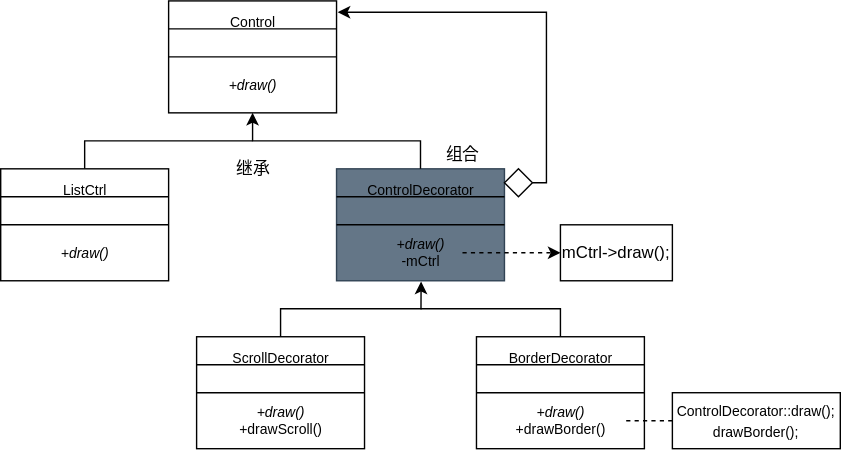
chenbei97/C--DesignMode keeps this draw.io diagram as 装饰模式(Decorator)/uml.svg. Above is the earlier version. Source tidied: cells renumbered, new cells last; positions are measured from the earlier drawing's top-left corner, leaving out a move shared by most shapes. Its diagram source:
```xml
<mxGraphModel>
  <root>
    <mxCell id="0" />
    <mxCell id="1" parent="0" />
    <mxCell id="2" style="group;" parent="1" vertex="1">
      <mxGeometry x="240" y="120" width="120" height="80" as="geometry" />
    </mxCell>
    <mxCell id="3" style="whiteSpace=wrap;html=1;fontSize=10;fillColor=#647687;fontColor=#ffffff;strokeColor=#314354;" parent="2" vertex="1">
      <mxGeometry width="120" height="80" as="geometry" />
    </mxCell>
    <mxCell id="4" style="edgeStyle=none;html=1;exitX=0;exitY=0.25;exitDx=0;exitDy=0;entryX=1;entryY=0.25;entryDx=0;entryDy=0;fontSize=10;endArrow=none;endFill=0;" parent="2" edge="1" source="3" target="3">
      <mxGeometry relative="1" as="geometry" />
    </mxCell>
    <mxCell id="5" value="ControlDecorator" style="text;html=1;align=center;verticalAlign=middle;points=[];strokeColor=none;fillColor=none;fontSize=10;" parent="2" vertex="1">
      <mxGeometry x="10" width="100" height="30" as="geometry" />
    </mxCell>
    <mxCell id="6" value="&lt;i&gt;+draw()&lt;/i&gt;&lt;br&gt;-mCtrl" style="text;html=1;align=center;verticalAlign=middle;points=[];strokeColor=none;fillColor=none;fontSize=10;" parent="2" vertex="1">
      <mxGeometry x="30" y="40" width="60" height="40" as="geometry" />
    </mxCell>
    <mxCell id="7" style="edgeStyle=none;html=1;exitX=0;exitY=0.25;exitDx=0;exitDy=0;entryX=1;entryY=0.25;entryDx=0;entryDy=0;fontSize=10;endArrow=none;endFill=0;" parent="2" edge="1">
      <mxGeometry relative="1" as="geometry">
        <mxPoint y="40" as="sourcePoint" />
        <mxPoint x="120" y="40" as="targetPoint" />
      </mxGeometry>
    </mxCell>
    <mxCell id="8" style="edgeStyle=orthogonalEdgeStyle;rounded=0;html=1;endArrow=none;endFill=0;" parent="1" edge="1" source="9">
      <mxGeometry relative="1" as="geometry">
        <mxPoint x="180" y="100" as="targetPoint" />
        <Array as="points">
          <mxPoint x="60" y="100" />
        </Array>
      </mxGeometry>
    </mxCell>
    <mxCell id="9" style="whiteSpace=wrap;html=1;fontSize=10;" parent="1" vertex="1">
      <mxGeometry y="120" width="120" height="80" as="geometry" />
    </mxCell>
    <mxCell id="10" style="edgeStyle=none;html=1;exitX=0;exitY=0.25;exitDx=0;exitDy=0;entryX=1;entryY=0.25;entryDx=0;entryDy=0;fontSize=10;endArrow=none;endFill=0;" parent="1" edge="1" source="9" target="9">
      <mxGeometry relative="1" as="geometry" />
    </mxCell>
    <mxCell id="11" value="ListCtrl" style="text;html=1;align=center;verticalAlign=middle;strokeColor=none;fillColor=none;fontSize=10;" parent="1" vertex="1">
      <mxGeometry x="35" y="120" width="50" height="30" as="geometry" />
    </mxCell>
    <mxCell id="12" value="&lt;i&gt;+draw()&lt;/i&gt;" style="text;html=1;align=center;verticalAlign=middle;strokeColor=none;fillColor=none;fontSize=10;" parent="1" vertex="1">
      <mxGeometry x="30" y="165" width="60" height="30" as="geometry" />
    </mxCell>
    <mxCell id="13" style="edgeStyle=none;html=1;exitX=0;exitY=0.25;exitDx=0;exitDy=0;entryX=1;entryY=0.25;entryDx=0;entryDy=0;fontSize=10;endArrow=none;endFill=0;" parent="1" edge="1">
      <mxGeometry relative="1" as="geometry">
        <mxPoint y="160" as="sourcePoint" />
        <mxPoint x="120" y="160" as="targetPoint" />
      </mxGeometry>
    </mxCell>
    <mxCell id="14" style="whiteSpace=wrap;html=1;fontSize=10;" parent="1" vertex="1">
      <mxGeometry x="120" width="120" height="80" as="geometry" />
    </mxCell>
    <mxCell id="15" style="edgeStyle=none;html=1;exitX=0;exitY=0.25;exitDx=0;exitDy=0;entryX=1;entryY=0.25;entryDx=0;entryDy=0;fontSize=10;endArrow=none;endFill=0;" parent="1" edge="1" source="14" target="14">
      <mxGeometry relative="1" as="geometry" />
    </mxCell>
    <mxCell id="16" value="Control" style="text;html=1;align=center;verticalAlign=middle;strokeColor=none;fillColor=none;fontSize=10;" parent="1" vertex="1">
      <mxGeometry x="150" width="60" height="30" as="geometry" />
    </mxCell>
    <mxCell id="17" value="&lt;i&gt;+draw()&lt;/i&gt;" style="text;html=1;align=center;verticalAlign=middle;strokeColor=none;fillColor=none;fontSize=10;" parent="1" vertex="1">
      <mxGeometry x="150" y="45" width="60" height="30" as="geometry" />
    </mxCell>
    <mxCell id="18" style="edgeStyle=none;html=1;exitX=0;exitY=0.25;exitDx=0;exitDy=0;entryX=1;entryY=0.25;entryDx=0;entryDy=0;fontSize=10;endArrow=none;endFill=0;" parent="1" edge="1">
      <mxGeometry relative="1" as="geometry">
        <mxPoint x="120" y="40" as="sourcePoint" />
        <mxPoint x="240" y="40" as="targetPoint" />
      </mxGeometry>
    </mxCell>
    <mxCell id="19" style="edgeStyle=orthogonalEdgeStyle;html=1;entryX=0.5;entryY=1;entryDx=0;entryDy=0;rounded=0;" parent="1" edge="1" source="5" target="14">
      <mxGeometry relative="1" as="geometry">
        <Array as="points">
          <mxPoint x="300" y="100" />
          <mxPoint x="180" y="100" />
        </Array>
      </mxGeometry>
    </mxCell>
    <mxCell id="20" value="继承" style="text;html=1;align=center;verticalAlign=middle;strokeColor=none;fillColor=none;" parent="1" vertex="1">
      <mxGeometry x="155" y="105" width="50" height="30" as="geometry" />
    </mxCell>
    <mxCell id="21" style="edgeStyle=orthogonalEdgeStyle;rounded=0;html=1;entryX=1.007;entryY=0.101;entryDx=0;entryDy=0;entryPerimeter=0;endArrow=classic;endFill=1;" parent="1" edge="1" source="22" target="14">
      <mxGeometry relative="1" as="geometry">
        <Array as="points">
          <mxPoint x="390" y="130" />
          <mxPoint x="390" y="8" />
        </Array>
      </mxGeometry>
    </mxCell>
    <mxCell id="22" style="rhombus;whiteSpace=wrap;html=1;" parent="1" vertex="1">
      <mxGeometry x="360" y="120" width="20" height="20" as="geometry" />
    </mxCell>
    <mxCell id="23" value="组合" style="text;html=1;align=center;verticalAlign=middle;strokeColor=none;fillColor=none;" parent="1" vertex="1">
      <mxGeometry x="305" y="95" width="50" height="30" as="geometry" />
    </mxCell>
    <mxCell id="24" value="mCtrl-&amp;gt;draw();" style="whiteSpace=wrap;html=1;" parent="1" vertex="1">
      <mxGeometry x="400" y="160" width="80" height="40" as="geometry" />
    </mxCell>
    <mxCell id="25" style="edgeStyle=orthogonalEdgeStyle;rounded=0;html=1;entryX=0;entryY=0.5;entryDx=0;entryDy=0;endArrow=classic;endFill=1;dashed=1;" parent="1" edge="1" source="6" target="24">
      <mxGeometry relative="1" as="geometry" />
    </mxCell>
    <mxCell id="26" style="whiteSpace=wrap;html=1;fontSize=10;" parent="1" vertex="1">
      <mxGeometry x="140" y="240" width="120" height="80" as="geometry" />
    </mxCell>
    <mxCell id="27" style="edgeStyle=none;html=1;exitX=0;exitY=0.25;exitDx=0;exitDy=0;entryX=1;entryY=0.25;entryDx=0;entryDy=0;fontSize=10;endArrow=none;endFill=0;" parent="1" edge="1" source="26" target="26">
      <mxGeometry relative="1" as="geometry" />
    </mxCell>
    <mxCell id="28" style="edgeStyle=orthogonalEdgeStyle;rounded=0;html=1;entryX=0.507;entryY=1.015;entryDx=0;entryDy=0;entryPerimeter=0;endArrow=classic;endFill=1;" parent="1" edge="1" source="29" target="6">
      <mxGeometry relative="1" as="geometry">
        <Array as="points">
          <mxPoint x="200" y="220" />
          <mxPoint x="300" y="220" />
        </Array>
      </mxGeometry>
    </mxCell>
    <mxCell id="29" value="ScrollDecorator" style="text;html=1;align=center;verticalAlign=middle;points=[];strokeColor=none;fillColor=none;fontSize=10;" parent="1" vertex="1">
      <mxGeometry x="155" y="240" width="90" height="30" as="geometry" />
    </mxCell>
    <mxCell id="30" value="&lt;i&gt;+draw()&lt;/i&gt;&lt;br&gt;+drawScroll()" style="text;html=1;align=center;verticalAlign=middle;strokeColor=none;fillColor=none;fontSize=10;" parent="1" vertex="1">
      <mxGeometry x="160" y="280" width="80" height="40" as="geometry" />
    </mxCell>
    <mxCell id="31" style="edgeStyle=none;html=1;exitX=0;exitY=0.25;exitDx=0;exitDy=0;entryX=1;entryY=0.25;entryDx=0;entryDy=0;fontSize=10;endArrow=none;endFill=0;" parent="1" edge="1">
      <mxGeometry relative="1" as="geometry">
        <mxPoint x="140" y="280" as="sourcePoint" />
        <mxPoint x="260" y="280" as="targetPoint" />
      </mxGeometry>
    </mxCell>
    <mxCell id="32" style="whiteSpace=wrap;html=1;fontSize=10;" parent="1" vertex="1">
      <mxGeometry x="340" y="240" width="120" height="80" as="geometry" />
    </mxCell>
    <mxCell id="33" style="edgeStyle=none;html=1;exitX=0;exitY=0.25;exitDx=0;exitDy=0;entryX=1;entryY=0.25;entryDx=0;entryDy=0;fontSize=10;endArrow=none;endFill=0;" parent="1" edge="1" source="32" target="32">
      <mxGeometry relative="1" as="geometry" />
    </mxCell>
    <mxCell id="34" style="edgeStyle=orthogonalEdgeStyle;rounded=0;html=1;endArrow=none;endFill=0;" parent="1" edge="1" source="35">
      <mxGeometry relative="1" as="geometry">
        <mxPoint x="300" y="220" as="targetPoint" />
        <Array as="points">
          <mxPoint x="400" y="220" />
        </Array>
      </mxGeometry>
    </mxCell>
    <mxCell id="35" value="BorderDecorator" style="text;html=1;align=center;verticalAlign=middle;points=[];strokeColor=none;fillColor=none;fontSize=10;" parent="1" vertex="1">
      <mxGeometry x="350" y="240" width="100" height="30" as="geometry" />
    </mxCell>
    <mxCell id="36" value="&lt;i&gt;+draw()&lt;/i&gt;&lt;br&gt;+drawBorder()" style="text;html=1;align=center;verticalAlign=middle;points=[];strokeColor=none;fillColor=none;fontSize=10;" parent="1" vertex="1">
      <mxGeometry x="355" y="280" width="90" height="40" as="geometry" />
    </mxCell>
    <mxCell id="37" style="edgeStyle=none;html=1;exitX=0;exitY=0.25;exitDx=0;exitDy=0;entryX=1;entryY=0.25;entryDx=0;entryDy=0;fontSize=10;endArrow=none;endFill=0;" parent="1" edge="1">
      <mxGeometry relative="1" as="geometry">
        <mxPoint x="340" y="280" as="sourcePoint" />
        <mxPoint x="460" y="280" as="targetPoint" />
      </mxGeometry>
    </mxCell>
    <mxCell id="38" style="edgeStyle=orthogonalEdgeStyle;rounded=0;html=1;exitX=0;exitY=0.5;exitDx=0;exitDy=0;endArrow=none;endFill=0;dashed=1;" parent="1" edge="1" source="39" target="36">
      <mxGeometry relative="1" as="geometry" />
    </mxCell>
    <mxCell id="39" value="&lt;span style=&quot;font-size: 10px;&quot;&gt;ControlDecorator::draw();&lt;br&gt;drawBorder();&lt;br&gt;&lt;/span&gt;" style="whiteSpace=wrap;html=1;" parent="1" vertex="1">
      <mxGeometry x="480" y="280" width="120" height="40" as="geometry" />
    </mxCell>
  </root>
</mxGraphModel>
```
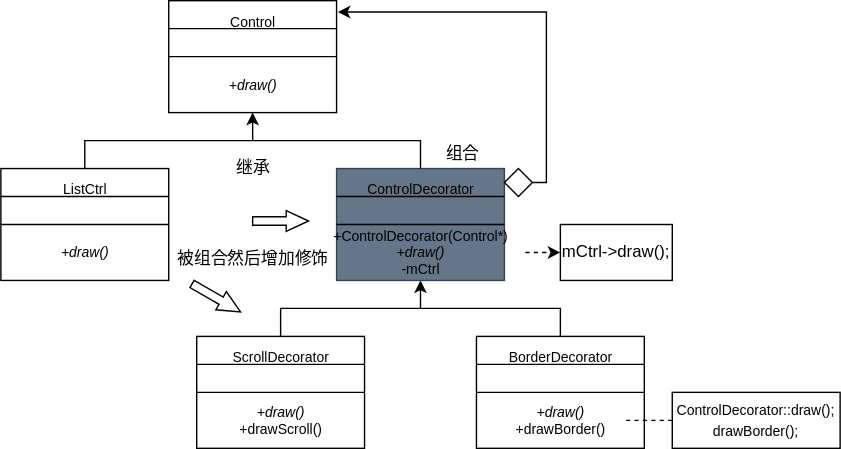
Above is the later version.

Commit message:
装饰模式 - uml

Change to the diagram source:
```diff
@@ -3,7 +3,7 @@
     <mxCell id="0" />
     <mxCell id="1" parent="0" />
     <mxCell id="2" style="group;" parent="1" vertex="1">
-      <mxGeometry x="240" y="120" width="120" height="80" as="geometry" />
+      <mxGeometry x="240" y="120" width="135" height="85" as="geometry" />
     </mxCell>
     <mxCell id="3" style="whiteSpace=wrap;html=1;fontSize=10;fillColor=#647687;fontColor=#ffffff;strokeColor=#314354;" parent="2" vertex="1">
       <mxGeometry width="120" height="80" as="geometry" />
@@ -14,8 +14,8 @@
     <mxCell id="5" value="ControlDecorator" style="text;html=1;align=center;verticalAlign=middle;points=[];strokeColor=none;fillColor=none;fontSize=10;" parent="2" vertex="1">
       <mxGeometry x="10" width="100" height="30" as="geometry" />
     </mxCell>
-    <mxCell id="6" value="&lt;i&gt;+draw()&lt;/i&gt;&lt;br&gt;-mCtrl" style="text;html=1;align=center;verticalAlign=middle;points=[];strokeColor=none;fillColor=none;fontSize=10;" parent="2" vertex="1">
-      <mxGeometry x="30" y="40" width="60" height="40" as="geometry" />
+    <mxCell id="6" value="+ControlDecorator(Control*)&lt;br&gt;&lt;i&gt;+draw()&lt;/i&gt;&lt;br&gt;-mCtrl" style="text;html=1;align=center;verticalAlign=middle;points=[];strokeColor=none;fillColor=none;fontSize=10;" parent="2" vertex="1">
+      <mxGeometry x="-15" y="35" width="150" height="50" as="geometry" />
     </mxCell>
     <mxCell id="7" style="edgeStyle=none;html=1;exitX=0;exitY=0.25;exitDx=0;exitDy=0;entryX=1;entryY=0.25;entryDx=0;entryDy=0;fontSize=10;endArrow=none;endFill=0;" parent="2" edge="1">
       <mxGeometry relative="1" as="geometry">
@@ -104,14 +104,9 @@
     <mxCell id="27" style="edgeStyle=none;html=1;exitX=0;exitY=0.25;exitDx=0;exitDy=0;entryX=1;entryY=0.25;entryDx=0;entryDy=0;fontSize=10;endArrow=none;endFill=0;" parent="1" edge="1" source="26" target="26">
       <mxGeometry relative="1" as="geometry" />
     </mxCell>
-    <mxCell id="28" style="edgeStyle=orthogonalEdgeStyle;rounded=0;html=1;entryX=0.507;entryY=1.015;entryDx=0;entryDy=0;entryPerimeter=0;endArrow=classic;endFill=1;" parent="1" edge="1" source="29" target="6">
-      <mxGeometry relative="1" as="geometry">
-        <Array as="points">
-          <mxPoint x="200" y="220" />
-          <mxPoint x="300" y="220" />
-        </Array>
-      </mxGeometry>
-    </mxCell>
+    <mxCell id="40" style="edgeStyle=orthogonalEdgeStyle;html=1;entryX=0.5;entryY=1;entryDx=0;entryDy=0;rounded=0;" parent="1" edge="1" source="29" target="3">
+      <mxGeometry relative="1" as="geometry" />
+    </mxCell>
     <mxCell id="29" value="ScrollDecorator" style="text;html=1;align=center;verticalAlign=middle;points=[];strokeColor=none;fillColor=none;fontSize=10;" parent="1" vertex="1">
       <mxGeometry x="155" y="240" width="90" height="30" as="geometry" />
     </mxCell>
@@ -156,5 +151,14 @@
     <mxCell id="39" value="&lt;span style=&quot;font-size: 10px;&quot;&gt;ControlDecorator::draw();&lt;br&gt;drawBorder();&lt;br&gt;&lt;/span&gt;" style="whiteSpace=wrap;html=1;" parent="1" vertex="1">
       <mxGeometry x="480" y="280" width="120" height="40" as="geometry" />
     </mxCell>
+    <mxCell id="41" style="shape=singleArrow;whiteSpace=wrap;html=1;arrowWidth=0.4;arrowSize=0.4;rotation=30;" parent="1" vertex="1">
+      <mxGeometry x="134" y="205" width="40" height="15" as="geometry" />
+    </mxCell>
+    <mxCell id="42" style="shape=singleArrow;whiteSpace=wrap;html=1;arrowWidth=0.4;arrowSize=0.4;rotation=0;" parent="1" vertex="1">
+      <mxGeometry x="180" y="150" width="40" height="15" as="geometry" />
+    </mxCell>
+    <mxCell id="43" value="被组合然后增加修饰" style="text;html=1;align=center;verticalAlign=middle;strokeColor=none;fillColor=none;" parent="1" vertex="1">
+      <mxGeometry x="115" y="170" width="130" height="30" as="geometry" />
+    </mxCell>
   </root>
 </mxGraphModel>
```
